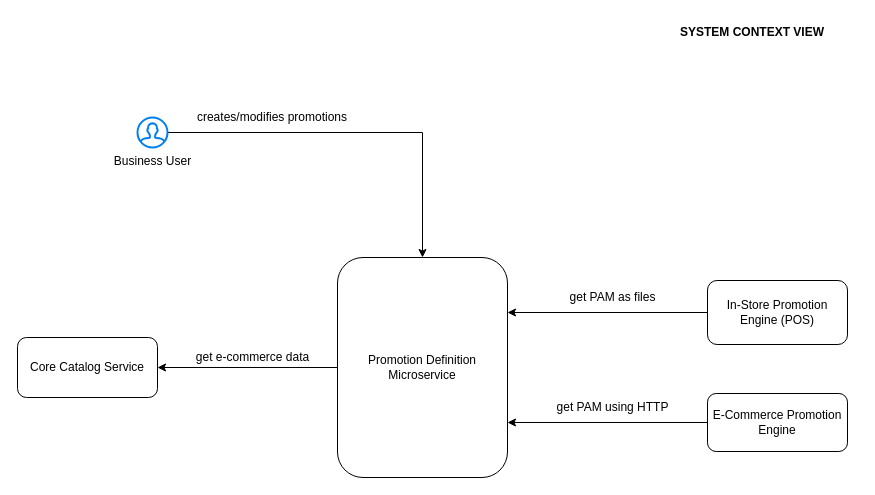
The draw.io diagram page "System Context View" (2 of 6) of diagrams/pd-c4-context.drawio in swaaminathanm/software-architecture-presentation, before the edit. Source tidied: cells renumbered, new cells numbered last; positions are measured from the earlier drawing's top-left corner, leaving out a move shared by most shapes. Both pictures are drawn from the tidied source at 100%, with x=0, y=0 at pixel (17, 17).
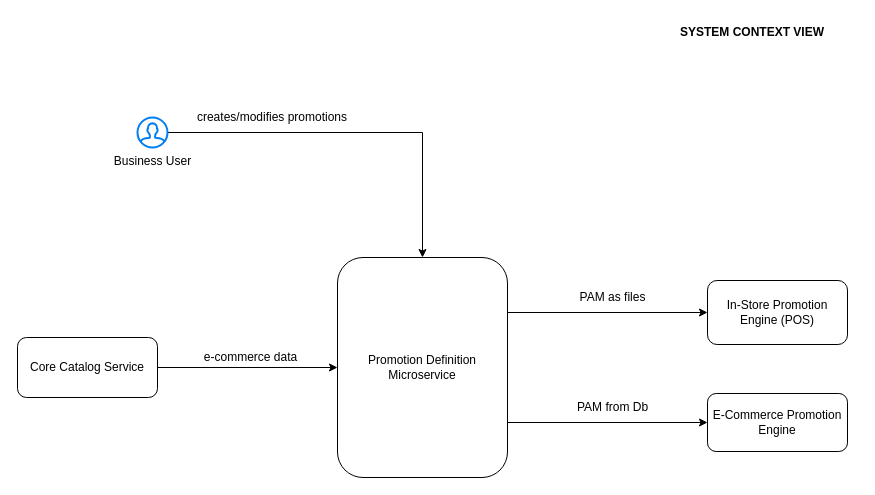
The same diagram, later.

What changed in the source:
```diff
@@
 <mxGraphModel>
   <root>
     <mxCell id="0" />
     <mxCell id="1" parent="0" />
-    <mxCell id="2" style="edgeStyle=orthogonalEdgeStyle;rounded=0;jettySize=auto;html=1;entryX=1;entryY=0.5;entryDx=0;entryDy=0;" parent="1" edge="1" source="3" target="7">
+    <mxCell id="2" style="edgeStyle=orthogonalEdgeStyle;rounded=0;jettySize=auto;html=1;exitX=1;exitY=0.5;exitDx=0;exitDy=0;" parent="1" edge="1" source="7" target="3">
       <mxGeometry relative="1" as="geometry" />
     </mxCell>
     <mxCell id="3" value="Promotion Definition Microservice" style="rounded=1;whiteSpace=wrap;html=1;" parent="1" vertex="1">
       <mxGeometry x="320" y="240" width="170" height="220" as="geometry" />
     </mxCell>
     <mxCell id="4" style="edgeStyle=orthogonalEdgeStyle;rounded=0;jettySize=auto;html=1;" parent="1" edge="1" source="5" target="3">
       <mxGeometry relative="1" as="geometry" />
     </mxCell>
     <mxCell id="5" value="Business User" style="html=1;verticalLabelPosition=bottom;align=center;labelBackgroundColor=#ffffff;verticalAlign=top;strokeWidth=2;strokeColor=#0080F0;fillColor=#ffffff;shadow=0;dashed=0;shape=mxgraph.ios7.icons.user;" parent="1" vertex="1">
       <mxGeometry x="120" y="100" width="30" height="30" as="geometry" />
     </mxCell>
     <mxCell id="6" value="creates/modifies promotions" style="text;html=1;strokeColor=none;fillColor=none;align=center;verticalAlign=middle;whiteSpace=wrap;rounded=0;" parent="1" vertex="1">
       <mxGeometry x="170" y="90" width="170" height="20" as="geometry" />
     </mxCell>
     <mxCell id="7" value="Core Catalog Service" style="rounded=1;whiteSpace=wrap;html=1;align=center;" parent="1" vertex="1">
       <mxGeometry y="320" width="140" height="60" as="geometry" />
     </mxCell>
-    <mxCell id="8" value="get e-commerce data" style="text;html=1;align=center;verticalAlign=middle;" parent="1" vertex="1">
-      <mxGeometry x="170" y="330" width="130" height="20" as="geometry" />
+    <mxCell id="8" value="e-commerce data" style="text;html=1;align=center;verticalAlign=middle;" parent="1" vertex="1">
+      <mxGeometry x="178" y="330" width="110" height="20" as="geometry" />
     </mxCell>
-    <mxCell id="9" style="edgeStyle=orthogonalEdgeStyle;rounded=0;jettySize=auto;html=1;entryX=1;entryY=0.25;entryDx=0;entryDy=0;" parent="1" edge="1" source="10" target="3">
+    <mxCell id="9" style="edgeStyle=orthogonalEdgeStyle;rounded=0;jettySize=auto;html=1;exitX=1;exitY=0.25;exitDx=0;exitDy=0;" parent="1" edge="1" source="3" target="10">
       <mxGeometry relative="1" as="geometry" />
     </mxCell>
     <mxCell id="10" value="In-Store Promotion Engine (POS)" style="rounded=1;whiteSpace=wrap;html=1;align=center;" parent="1" vertex="1">
       <mxGeometry x="690" y="263" width="140" height="64" as="geometry" />
     </mxCell>
-    <mxCell id="11" value="get PAM as files" style="text;html=1;align=center;verticalAlign=middle;" parent="1" vertex="1">
-      <mxGeometry x="545" y="270" width="100" height="20" as="geometry" />
+    <mxCell id="11" value="PAM as files" style="text;html=1;align=center;verticalAlign=middle;" parent="1" vertex="1">
+      <mxGeometry x="555" y="270" width="80" height="20" as="geometry" />
     </mxCell>
-    <mxCell id="12" value="get PAM using HTTP" style="text;html=1;align=center;verticalAlign=middle;" parent="1" vertex="1">
-      <mxGeometry x="530" y="380" width="130" height="20" as="geometry" />
+    <mxCell id="12" value="PAM from Db" style="text;html=1;align=center;verticalAlign=middle;" parent="1" vertex="1">
+      <mxGeometry x="550" y="380" width="90" height="20" as="geometry" />
     </mxCell>
-    <mxCell id="13" style="edgeStyle=orthogonalEdgeStyle;rounded=0;jettySize=auto;html=1;entryX=1;entryY=0.75;entryDx=0;entryDy=0;" parent="1" edge="1" source="14" target="3">
+    <mxCell id="13" style="edgeStyle=orthogonalEdgeStyle;rounded=0;jettySize=auto;html=1;exitX=1;exitY=0.75;exitDx=0;exitDy=0;" parent="1" edge="1" source="3" target="14">
       <mxGeometry relative="1" as="geometry" />
     </mxCell>
     <mxCell id="14" value="E-Commerce Promotion Engine" style="rounded=1;whiteSpace=wrap;html=1;align=center;" parent="1" vertex="1">
       <mxGeometry x="690" y="376" width="140" height="58" as="geometry" />
     </mxCell>
     <mxCell id="15" value="SYSTEM CONTEXT VIEW" style="text;html=1;strokeColor=none;fillColor=none;align=center;verticalAlign=middle;whiteSpace=wrap;rounded=0;fontStyle=1;" parent="1" vertex="1">
       <mxGeometry x="630" width="210" height="30" as="geometry" />
     </mxCell>
   </root>
 </mxGraphModel>
```
